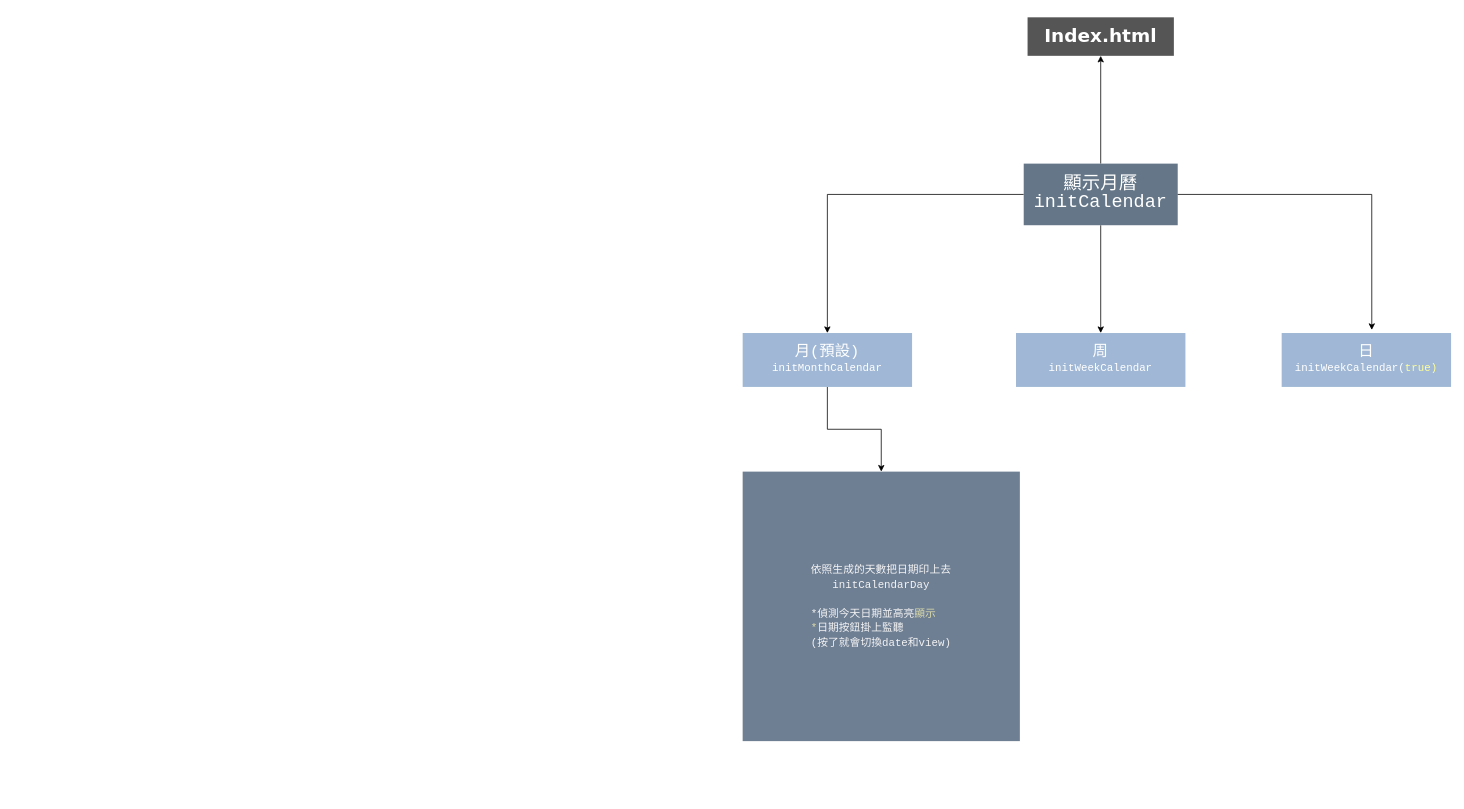
This is Calendar.drawio from SonicHsu/CalendarApp, a draw.io file, before an edit. Source tidied: cells renumbered, new cells numbered last; positions are measured from the earlier drawing's top-left corner, leaving out a move shared by most shapes. Both pictures are drawn from the tidied source at 77%, with x=0, y=0 at pixel (742, 17).
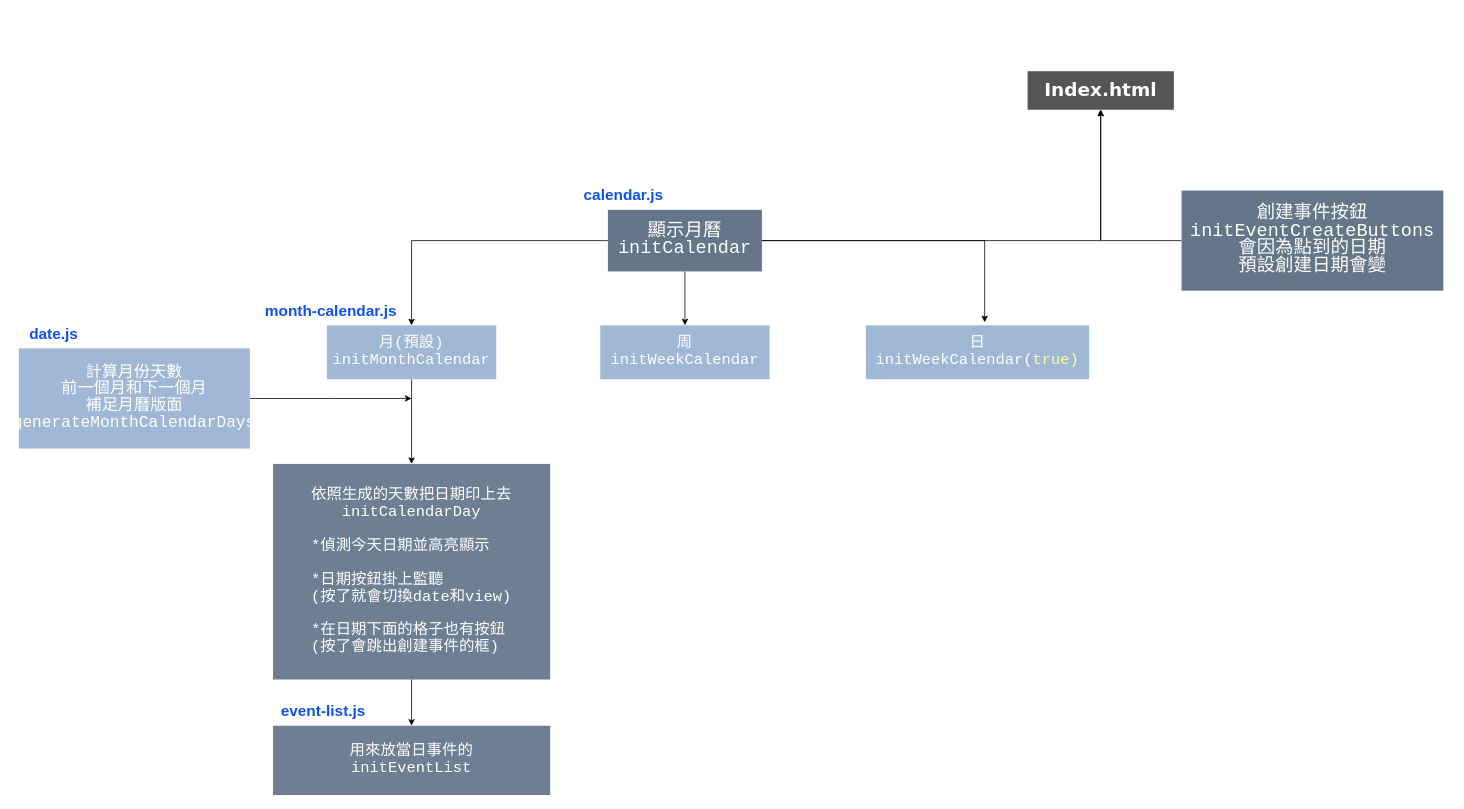
The same page after the edit.

The edit, as a diff of the source:
```diff
@@
     <mxCell id="2" value="&lt;h1&gt;&lt;font face=&quot;Verdana&quot;&gt;Index.html&lt;/font&gt;&lt;/h1&gt;" style="rounded=0;whiteSpace=wrap;html=1;fillColor=#555555;strokeColor=none;fontColor=#FFFFFF;" parent="1" vertex="1">
-      <mxGeometry x="370" width="190" height="50" as="geometry" />
+      <mxGeometry x="370" y="70" width="190" height="50" as="geometry" />
     </mxCell>
@@
     <mxCell id="6" value="&lt;div style=&quot;font-family: Consolas, &amp;quot;Courier New&amp;quot;, monospace; line-height: 19px; white-space: pre;&quot;&gt;&lt;span style=&quot;font-size: 24px;&quot;&gt;顯示月曆&lt;/span&gt;&lt;/div&gt;&lt;div style=&quot;font-family: Consolas, &amp;quot;Courier New&amp;quot;, monospace; line-height: 19px; white-space: pre;&quot;&gt;&lt;font style=&quot;color: rgb(255, 255, 255); font-size: 24px;&quot;&gt;initCalendar&lt;/font&gt;&lt;/div&gt;" style="rounded=0;whiteSpace=wrap;html=1;fillColor=#647687;strokeColor=none;fontColor=#ffffff;" parent="1" vertex="1">
-      <mxGeometry x="365" y="190" width="200" height="80" as="geometry" />
+      <mxGeometry x="-175" y="250" width="200" height="80" as="geometry" />
     </mxCell>
@@
-    <mxCell id="8" value="&lt;div style=&quot;font-family: Consolas, &amp;quot;Courier New&amp;quot;, monospace; line-height: 19px; white-space: pre;&quot;&gt;&lt;font style=&quot;font-size: 20px; color: rgb(255, 255, 255);&quot;&gt;月(預設)&lt;/font&gt;&lt;/div&gt;&lt;div style=&quot;font-family: Consolas, &amp;quot;Courier New&amp;quot;, monospace; line-height: 19px; white-space: pre;&quot;&gt;&lt;div style=&quot;font-size: 14px; line-height: 19px;&quot;&gt;&lt;span&gt;&lt;font style=&quot;color: rgb(255, 255, 255);&quot;&gt;initMonthCalendar&lt;/font&gt;&lt;/span&gt;&lt;/div&gt;&lt;/div&gt;" style="rounded=0;whiteSpace=wrap;html=1;fillColor=#A0B8D5;strokeColor=none;fontColor=#ffffff;strokeWidth=1;" parent="1" vertex="1">
-      <mxGeometry y="410" width="220" height="70" as="geometry" />
+    <mxCell id="8" value="&lt;div style=&quot;font-family: Consolas, &amp;quot;Courier New&amp;quot;, monospace; line-height: 19px; white-space: pre;&quot;&gt;&lt;font style=&quot;color: rgb(255, 255, 255); font-size: 20px;&quot;&gt;月(預設)&lt;/font&gt;&lt;/div&gt;&lt;div style=&quot;font-family: Consolas, &amp;quot;Courier New&amp;quot;, monospace; line-height: 19px; white-space: pre;&quot;&gt;&lt;div style=&quot;line-height: 19px;&quot;&gt;&lt;font style=&quot;color: rgb(255, 255, 255); font-size: 20px;&quot;&gt;initMonthCalendar&lt;/font&gt;&lt;/div&gt;&lt;/div&gt;" style="rounded=0;whiteSpace=wrap;html=1;fillColor=#A0B8D5;strokeColor=none;fontColor=#ffffff;strokeWidth=1;" parent="1" vertex="1">
+      <mxGeometry x="-540" y="400" width="220" height="70" as="geometry" />
     </mxCell>
-    <mxCell id="9" value="&lt;div style=&quot;font-family: Consolas, &amp;quot;Courier New&amp;quot;, monospace; line-height: 19px; white-space: pre;&quot;&gt;&lt;span style=&quot;font-size: 20px;&quot;&gt;&lt;font style=&quot;&quot;&gt;周&lt;/font&gt;&lt;/span&gt;&lt;/div&gt;&lt;div style=&quot;font-family: Consolas, &amp;quot;Courier New&amp;quot;, monospace; line-height: 19px; white-space: pre;&quot;&gt;&lt;div style=&quot;font-size: 14px; line-height: 19px;&quot;&gt;&lt;div style=&quot;line-height: 19px;&quot;&gt;&lt;span&gt;&lt;font style=&quot;color: rgb(255, 255, 255);&quot;&gt;initWeekCalendar&lt;/font&gt;&lt;/span&gt;&lt;/div&gt;&lt;/div&gt;&lt;/div&gt;" style="rounded=0;whiteSpace=wrap;html=1;fillColor=#A0B8D5;strokeColor=none;fontColor=#ffffff;strokeWidth=1;" parent="1" vertex="1">
-      <mxGeometry x="355" y="410" width="220" height="70" as="geometry" />
+    <mxCell id="9" value="&lt;div style=&quot;font-family: Consolas, &amp;quot;Courier New&amp;quot;, monospace; line-height: 19px; white-space: pre;&quot;&gt;&lt;font style=&quot;font-size: 20px;&quot;&gt;周&lt;/font&gt;&lt;/div&gt;&lt;div style=&quot;font-family: Consolas, &amp;quot;Courier New&amp;quot;, monospace; line-height: 19px; white-space: pre;&quot;&gt;&lt;div style=&quot;line-height: 19px;&quot;&gt;&lt;div style=&quot;line-height: 19px;&quot;&gt;&lt;font style=&quot;color: rgb(255, 255, 255); font-size: 20px;&quot;&gt;initWeekCalendar&lt;/font&gt;&lt;/div&gt;&lt;/div&gt;&lt;/div&gt;" style="rounded=0;whiteSpace=wrap;html=1;fillColor=#A0B8D5;strokeColor=none;fontColor=#ffffff;strokeWidth=1;" parent="1" vertex="1">
+      <mxGeometry x="-185" y="400" width="220" height="70" as="geometry" />
     </mxCell>
-    <mxCell id="10" value="&lt;div style=&quot;font-family: Consolas, &amp;quot;Courier New&amp;quot;, monospace; line-height: 19px; white-space: pre;&quot;&gt;&lt;span style=&quot;font-size: 20px;&quot;&gt;日&lt;/span&gt;&lt;/div&gt;&lt;div style=&quot;font-family: Consolas, &amp;quot;Courier New&amp;quot;, monospace; line-height: 19px; white-space: pre;&quot;&gt;&lt;div style=&quot;font-size: 14px; line-height: 19px;&quot;&gt;&lt;div style=&quot;line-height: 19px;&quot;&gt;&lt;span&gt;&lt;font style=&quot;color: rgb(255, 255, 255);&quot;&gt;initWeekCalendar(&lt;/font&gt;&lt;/span&gt;&lt;span&gt;&lt;font style=&quot;color: rgb(255, 255, 153);&quot;&gt;true)&lt;/font&gt;&lt;/span&gt;&lt;/div&gt;&lt;/div&gt;&lt;/div&gt;" style="rounded=0;whiteSpace=wrap;html=1;fillColor=#A0B8D5;strokeColor=none;fontColor=#ffffff;strokeWidth=1;" parent="1" vertex="1">
-      <mxGeometry x="700" y="410" width="220" height="70" as="geometry" />
+    <mxCell id="10" value="&lt;div style=&quot;font-family: Consolas, &amp;quot;Courier New&amp;quot;, monospace; line-height: 19px; white-space: pre;&quot;&gt;&lt;font style=&quot;font-size: 20px;&quot;&gt;日&lt;/font&gt;&lt;/div&gt;&lt;div style=&quot;font-family: Consolas, &amp;quot;Courier New&amp;quot;, monospace; line-height: 19px; white-space: pre;&quot;&gt;&lt;div style=&quot;line-height: 19px;&quot;&gt;&lt;div style=&quot;line-height: 19px;&quot;&gt;&lt;font style=&quot;font-size: 20px;&quot;&gt;&lt;font style=&quot;color: rgb(255, 255, 255);&quot;&gt;initWeekCalendar(&lt;/font&gt;&lt;font style=&quot;color: rgb(255, 255, 153);&quot;&gt;true)&lt;/font&gt;&lt;/font&gt;&lt;/div&gt;&lt;/div&gt;&lt;/div&gt;" style="rounded=0;whiteSpace=wrap;html=1;fillColor=#A0B8D5;strokeColor=none;fontColor=#ffffff;strokeWidth=1;" parent="1" vertex="1">
+      <mxGeometry x="160" y="400" width="290" height="70" as="geometry" />
     </mxCell>
@@
+    <mxCell id="13" style="edgeStyle=orthogonalEdgeStyle;rounded=0;jettySize=auto;html=1;entryX=0.5;entryY=0;entryDx=0;entryDy=0;" parent="1" edge="1" source="12" target="19">
+      <mxGeometry relative="1" as="geometry" />
+    </mxCell>
-    <mxCell id="12" value="&lt;div style=&quot;font-family: Consolas, &amp;quot;Courier New&amp;quot;, monospace; line-height: 19px; white-space: pre;&quot;&gt;&lt;div style=&quot;font-size: 14px; line-height: 19px;&quot;&gt;&lt;font style=&quot;color: rgb(244, 244, 244);&quot;&gt;依照生成的天數把日期印上去&lt;/font&gt;&lt;/div&gt;&lt;div style=&quot;font-size: 14px; line-height: 19px;&quot;&gt;&lt;div style=&quot;line-height: 19px;&quot;&gt;&lt;span&gt;&lt;font style=&quot;color: rgb(244, 244, 244);&quot;&gt;initCalendarDay&lt;/font&gt;&lt;/span&gt;&lt;/div&gt;&lt;div style=&quot;line-height: 19px; color: rgb(204, 204, 204);&quot;&gt;&lt;span style=&quot;color: rgb(220, 220, 170);&quot;&gt;&lt;font style=&quot;color: rgb(244, 244, 244);&quot;&gt;&lt;br&gt;&lt;/font&gt;&lt;/span&gt;&lt;/div&gt;&lt;div style=&quot;text-align: left; line-height: 19px; color: rgb(204, 204, 204);&quot;&gt;&lt;span&gt;&lt;font style=&quot;color: rgb(244, 244, 244);&quot;&gt;&lt;font&gt;*偵測今天日期並高亮&lt;/font&gt;&lt;span style=&quot;color: rgb(220, 220, 170);&quot;&gt;顯示&lt;/span&gt;&lt;/font&gt;&lt;/span&gt;&lt;/div&gt;&lt;div style=&quot;text-align: left; line-height: 19px;&quot;&gt;&lt;font style=&quot;color: rgb(244, 244, 244);&quot;&gt;&lt;span style=&quot;color: rgb(220, 220, 170);&quot;&gt;*&lt;/span&gt;日期按鈕掛上監聽&lt;/font&gt;&lt;/div&gt;&lt;div style=&quot;text-align: left; line-height: 19px;&quot;&gt;&lt;font style=&quot;color: rgb(244, 244, 244);&quot;&gt;(按了就會切換date和view)&lt;/font&gt;&lt;/div&gt;&lt;/div&gt;&lt;/div&gt;" style="rounded=0;whiteSpace=wrap;html=1;fillColor=#6E7E93;strokeColor=none;fontColor=#ffffff;strokeWidth=1;" parent="1" vertex="1">
-      <mxGeometry y="590" width="360" height="350" as="geometry" />
+    <mxCell id="12" value="&lt;div style=&quot;font-family: Consolas, &amp;quot;Courier New&amp;quot;, monospace; line-height: 19px; white-space: pre;&quot;&gt;&lt;div style=&quot;line-height: 19px;&quot;&gt;&lt;font style=&quot;font-size: 20px; color: rgb(255, 255, 255);&quot;&gt;依照生成的天數把日期印上去&lt;/font&gt;&lt;/div&gt;&lt;div style=&quot;line-height: 19px;&quot;&gt;&lt;div style=&quot;line-height: 19px;&quot;&gt;&lt;span&gt;&lt;font style=&quot;font-size: 20px; color: rgb(255, 255, 255);&quot;&gt;initCalendarDay&lt;/font&gt;&lt;/span&gt;&lt;/div&gt;&lt;div style=&quot;line-height: 19px;&quot;&gt;&lt;span&gt;&lt;font style=&quot;font-size: 20px; color: rgb(255, 255, 255);&quot;&gt;&lt;br&gt;&lt;/font&gt;&lt;/span&gt;&lt;/div&gt;&lt;div style=&quot;text-align: left; line-height: 19px;&quot;&gt;&lt;span&gt;&lt;font style=&quot;font-size: 20px; color: rgb(255, 255, 255);&quot;&gt;&lt;font&gt;*偵測今天日期並高亮&lt;/font&gt;&lt;span&gt;顯示&lt;/span&gt;&lt;/font&gt;&lt;/span&gt;&lt;/div&gt;&lt;div style=&quot;text-align: left; line-height: 19px;&quot;&gt;&lt;font style=&quot;font-size: 20px; color: rgb(255, 255, 255);&quot;&gt;&lt;span&gt;&lt;br&gt;&lt;/span&gt;&lt;/font&gt;&lt;/div&gt;&lt;div style=&quot;text-align: left; line-height: 19px;&quot;&gt;&lt;font style=&quot;font-size: 20px; color: rgb(255, 255, 255);&quot;&gt;&lt;span&gt;*&lt;/span&gt;日期按鈕掛上監聽&lt;/font&gt;&lt;/div&gt;&lt;div style=&quot;text-align: left; line-height: 19px;&quot;&gt;&lt;font style=&quot;font-size: 20px; color: rgb(255, 255, 255);&quot;&gt;(按了就會切換date和view)&lt;/font&gt;&lt;/div&gt;&lt;div style=&quot;text-align: left; line-height: 19px;&quot;&gt;&lt;font style=&quot;font-size: 20px; color: rgb(255, 255, 255);&quot;&gt;&lt;br&gt;&lt;/font&gt;&lt;/div&gt;&lt;div style=&quot;text-align: left; line-height: 19px;&quot;&gt;&lt;font style=&quot;font-size: 20px; color: rgb(255, 255, 255);&quot;&gt;*在日期下面的格子也有按鈕&lt;br/&gt;(按了會跳出創建事件的框)&lt;/font&gt;&lt;/div&gt;&lt;/div&gt;&lt;/div&gt;" style="rounded=0;whiteSpace=wrap;html=1;fillColor=#6E7E93;strokeColor=none;fontColor=#ffffff;strokeWidth=1;" parent="1" vertex="1">
+      <mxGeometry x="-610" y="580" width="360" height="280" as="geometry" />
     </mxCell>
+    <mxCell id="14" style="edgeStyle=orthogonalEdgeStyle;rounded=0;jettySize=auto;html=1;" parent="1" edge="1" source="15">
+      <mxGeometry relative="1" as="geometry">
+        <mxPoint x="-430" y="495" as="targetPoint" />
+      </mxGeometry>
+    </mxCell>
+    <mxCell id="15" value="&lt;div style=&quot;line-height: 19px; white-space: pre; font-family: Consolas, &amp;quot;Courier New&amp;quot;, monospace;&quot;&gt;&lt;font style=&quot;font-size: 21px;&quot;&gt;計算月份天數&lt;/font&gt;&lt;/div&gt;&lt;div style=&quot;line-height: 19px; white-space: pre; font-family: Consolas, &amp;quot;Courier New&amp;quot;, monospace;&quot;&gt;&lt;font style=&quot;font-size: 21px;&quot;&gt;前一個月和下一個月&lt;/font&gt;&lt;/div&gt;&lt;div style=&quot;line-height: 19px; white-space: pre; font-family: Consolas, &amp;quot;Courier New&amp;quot;, monospace;&quot;&gt;&lt;font style=&quot;font-size: 21px;&quot;&gt;補足月曆版面&lt;/font&gt;&lt;/div&gt;&lt;div style=&quot;line-height: 19px;&quot;&gt;&lt;div style=&quot;line-height: 19px;&quot;&gt;&lt;font style=&quot;font-size: 21px;&quot; face=&quot;Consolas, Courier New, monospace&quot;&gt;&lt;span style=&quot;white-space: pre;&quot;&gt;generateMonthCalendarDays&lt;/span&gt;&lt;/font&gt;&lt;/div&gt;&lt;/div&gt;" style="rounded=0;whiteSpace=wrap;html=1;fillColor=#A0B8D5;strokeColor=none;fontColor=#ffffff;strokeWidth=1;" parent="1" vertex="1">
+      <mxGeometry x="-940" y="430" width="300" height="130" as="geometry" />
+    </mxCell>
+    <mxCell id="16" value="&lt;span style=&quot;font-size: 20px;&quot;&gt;&lt;b&gt;calendar.js&lt;/b&gt;&lt;/span&gt;" style="text;html=1;align=center;verticalAlign=middle;strokeColor=none;fillColor=none;fontColor=#0E52EC;" parent="1" vertex="1">
+      <mxGeometry x="-220" y="210" width="130" height="40" as="geometry" />
+    </mxCell>
+    <mxCell id="17" value="&lt;span style=&quot;font-size: 20px;&quot;&gt;&lt;b&gt;month-calendar.js&lt;/b&gt;&lt;/span&gt;" style="text;html=1;align=center;verticalAlign=middle;strokeColor=none;fillColor=none;fontColor=#0E52EC;" parent="1" vertex="1">
+      <mxGeometry x="-630" y="360" width="190" height="40" as="geometry" />
+    </mxCell>
+    <mxCell id="18" value="&lt;span style=&quot;font-size: 20px;&quot;&gt;&lt;b&gt;date.js&lt;/b&gt;&lt;/span&gt;" style="text;html=1;align=center;verticalAlign=middle;strokeColor=none;fillColor=none;fontColor=#0E52EC;" parent="1" vertex="1">
+      <mxGeometry x="-940" y="390" width="90" height="40" as="geometry" />
+    </mxCell>
+    <mxCell id="19" value="&lt;div style=&quot;line-height: 19px;&quot;&gt;&lt;div style=&quot;line-height: 19px;&quot;&gt;&lt;font face=&quot;Consolas, Courier New, monospace&quot;&gt;&lt;span style=&quot;font-size: 20px; white-space: pre;&quot;&gt;用來放當日事件的&lt;/span&gt;&lt;/font&gt;&lt;/div&gt;&lt;div style=&quot;line-height: 19px;&quot;&gt;&lt;font face=&quot;Consolas, Courier New, monospace&quot;&gt;&lt;span style=&quot;font-size: 20px; white-space: pre;&quot;&gt;initEventList&lt;/span&gt;&lt;/font&gt;&lt;/div&gt;&lt;/div&gt;" style="rounded=0;whiteSpace=wrap;html=1;fillColor=#6E7E93;strokeColor=none;fontColor=#ffffff;strokeWidth=1;" parent="1" vertex="1">
+      <mxGeometry x="-610" y="920" width="360" height="90" as="geometry" />
+    </mxCell>
+    <mxCell id="20" value="&lt;span style=&quot;font-size: 20px;&quot;&gt;&lt;b&gt;event-list.js&lt;/b&gt;&lt;/span&gt;" style="text;html=1;align=center;verticalAlign=middle;strokeColor=none;fillColor=none;fontColor=#0E52EC;" parent="1" vertex="1">
+      <mxGeometry x="-610" y="880" width="130" height="40" as="geometry" />
+    </mxCell>
+    <mxCell id="21" style="edgeStyle=orthogonalEdgeStyle;rounded=0;jettySize=auto;html=1;entryX=0.5;entryY=1;entryDx=0;entryDy=0;" parent="1" edge="1" source="22" target="2">
+      <mxGeometry relative="1" as="geometry" />
+    </mxCell>
+    <mxCell id="22" value="&lt;div style=&quot;font-family: Consolas, &amp;quot;Courier New&amp;quot;, monospace; line-height: 19px; white-space: pre;&quot;&gt;&lt;span style=&quot;font-size: 24px;&quot;&gt;創建事件按鈕&lt;/span&gt;&lt;/div&gt;&lt;div style=&quot;font-family: Consolas, &amp;quot;Courier New&amp;quot;, monospace; line-height: 19px; white-space: pre;&quot;&gt;&lt;font style=&quot;color: rgb(255, 255, 255); font-size: 24px;&quot;&gt;initEventCreateButtons&lt;/font&gt;&lt;/div&gt;&lt;div style=&quot;font-family: Consolas, &amp;quot;Courier New&amp;quot;, monospace; line-height: 19px; white-space: pre;&quot;&gt;&lt;span style=&quot;font-size: 24px;&quot;&gt;會因為點到的日期&lt;/span&gt;&lt;/div&gt;&lt;div style=&quot;font-family: Consolas, &amp;quot;Courier New&amp;quot;, monospace; line-height: 19px; white-space: pre;&quot;&gt;&lt;span style=&quot;font-size: 24px;&quot;&gt;預設創建日期會變&lt;/span&gt;&lt;/div&gt;" style="rounded=0;whiteSpace=wrap;html=1;fillColor=#647687;strokeColor=none;fontColor=#ffffff;" parent="1" vertex="1">
+      <mxGeometry x="570" y="225" width="340" height="130" as="geometry" />
+    </mxCell>
```
